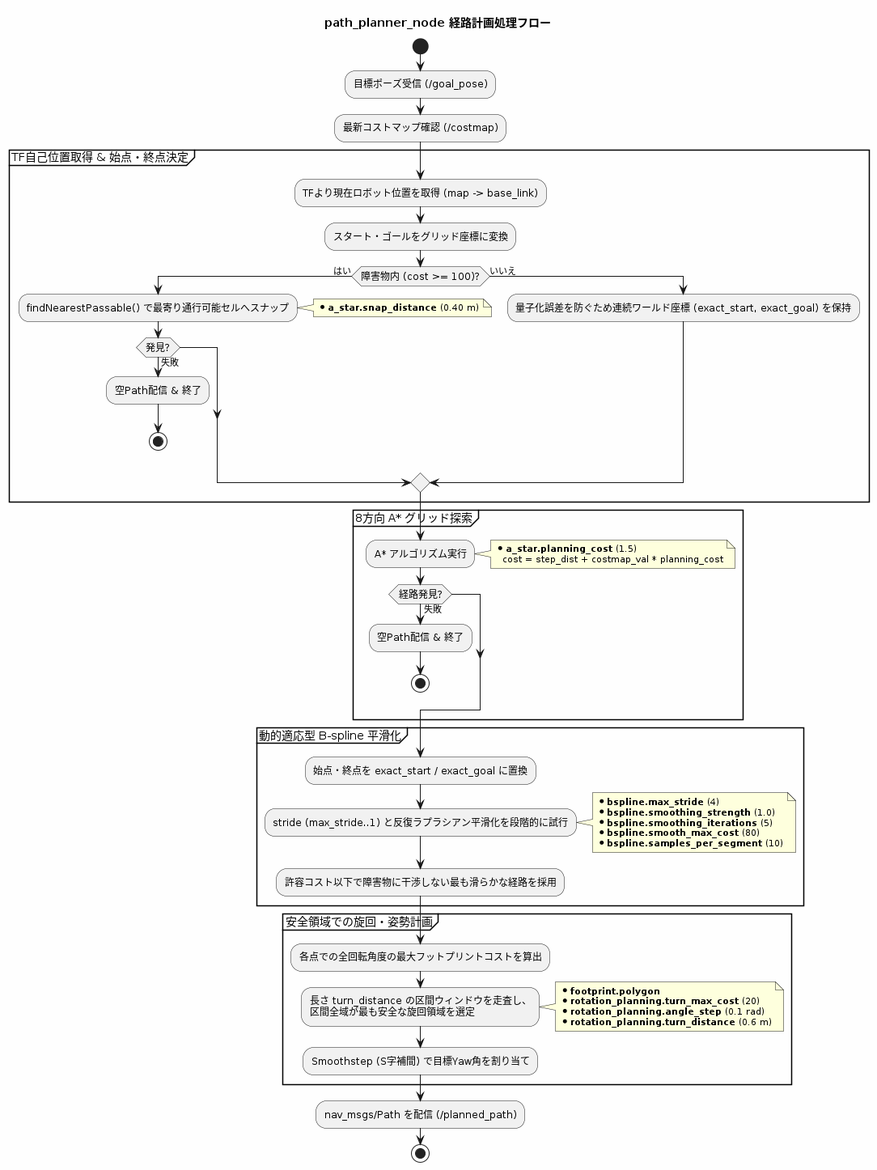
Before: docs/path_planner_flow.png, a diagram exported from PlantUML (tmcit-ararobo-2026a/gn10-navigation). Its diagram source:
```plantuml
@startuml path_planner_flow
skinparam backgroundColor #FEFEFE
skinparam activityFontSize 12
skinparam noteFontSize 11

title path_planner_node 経路計画処理フロー

start

:目標ポーズ受信 (/goal_pose);
:最新コストマップ確認 (/costmap);

partition "TF自己位置取得 & 始点・終点決定" {
    :TFより現在ロボット位置を取得 (map -> base_link);
    :スタート・ゴールをグリッド座標に変換;
    if (障害物内 (cost >= 100)?) then (はい)
        :findNearestPassable() で最寄り通行可能セルへスナップ;
        note right
          * <b>a_star.snap_distance</b> (0.40 m)
        end note
        if (発見?) then (失敗)
            :空Path配信 & 終了;
            stop
        endif
    else (いいえ)
        :量子化誤差を防ぐため連続ワールド座標 (exact_start, exact_goal) を保持;
    endif
}

partition "8方向 A* グリッド探索" {
    :A* アルゴリズム実行;
    note right
      * <b>a_star.planning_cost</b> (1.5)
        cost = step_dist + costmap_val * planning_cost
    end note
    if (経路発見?) then (失敗)
        :空Path配信 & 終了;
        stop
    endif
}

partition "動的適応型 B-spline 平滑化" {
    :始点・終点を exact_start / exact_goal に置換;
    :stride (max_stride..1) と反復ラプラシアン平滑化を段階的に試行;
    note right
      * <b>bspline.max_stride</b> (4)
      * <b>bspline.smoothing_strength</b> (1.0)
      * <b>bspline.smoothing_iterations</b> (5)
      * <b>bspline.smooth_max_cost</b> (80)
      * <b>bspline.samples_per_segment</b> (10)
    end note
    :許容コスト以下で障害物に干渉しない最も滑らかな経路を採用;
}

partition "安全領域での旋回・姿勢計画" {
    :各点での全回転角度の最大フットプリントコストを算出;
    :長さ turn_distance の区間ウィンドウを走査し、\n区間全域が最も安全な旋回領域を選定;
    note right
      * <b>footprint.polygon</b>
      * <b>rotation_planning.turn_max_cost</b> (20)
      * <b>rotation_planning.angle_step</b> (0.1 rad)
      * <b>rotation_planning.turn_distance</b> (0.6 m)
    end note
    :Smoothstep (S字補間) で目標Yaw角を割り当て;
}

:nav_msgs/Path を配信 (/planned_path);

stop

@enduml
```
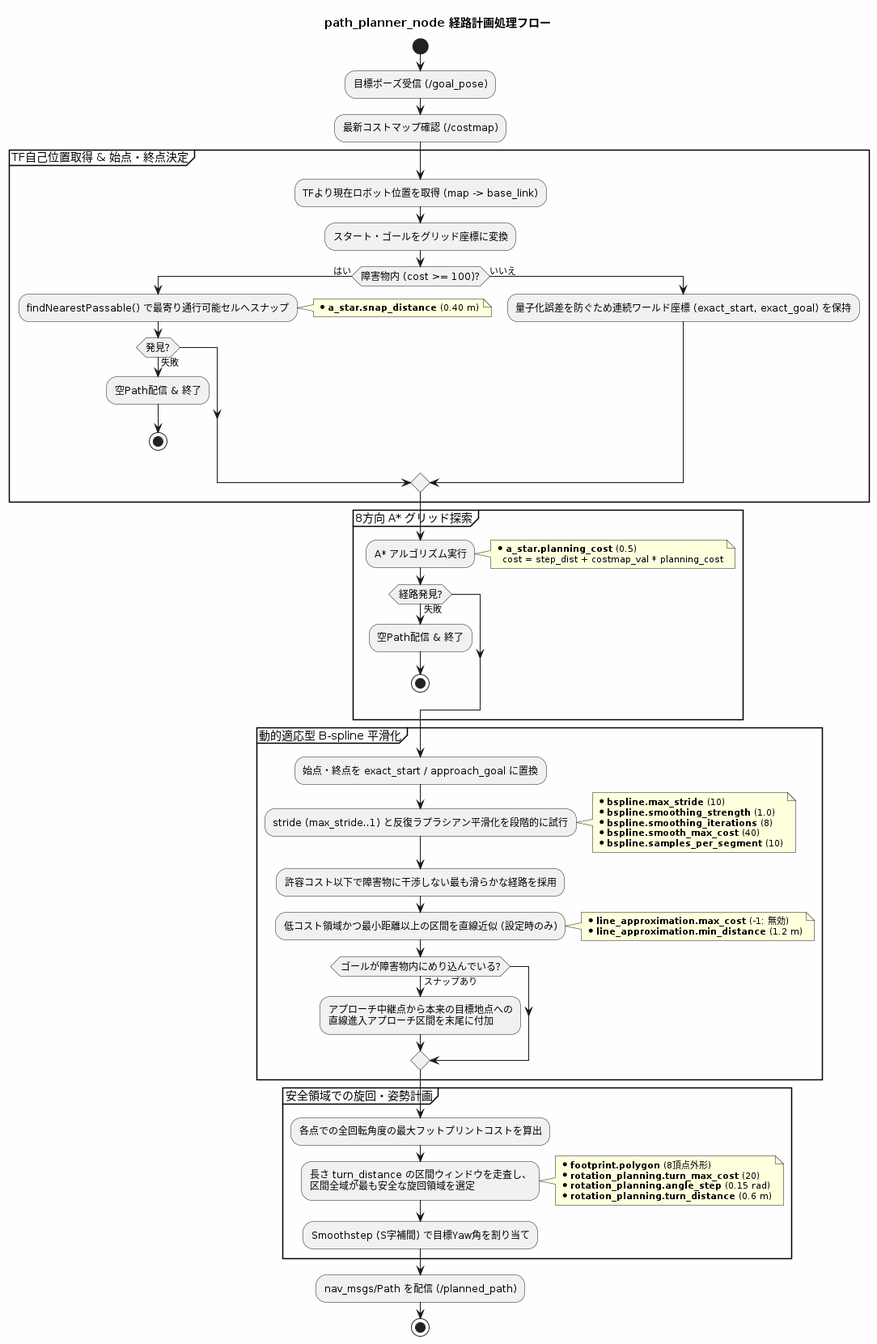
Later version of the same file.

Diff of the diagram source:
```diff
@@ -30,7 +30,7 @@
 partition "8方向 A* グリッド探索" {
     :A* アルゴリズム実行;
     note right
-      * <b>a_star.planning_cost</b> (1.5)
+      * <b>a_star.planning_cost</b> (0.5)
         cost = step_dist + costmap_val * planning_cost
     end note
     if (経路発見?) then (失敗)
@@ -40,25 +40,33 @@
 }
 
 partition "動的適応型 B-spline 平滑化" {
-    :始点・終点を exact_start / exact_goal に置換;
+    :始点・終点を exact_start / approach_goal に置換;
     :stride (max_stride..1) と反復ラプラシアン平滑化を段階的に試行;
     note right
-      * <b>bspline.max_stride</b> (4)
+      * <b>bspline.max_stride</b> (10)
       * <b>bspline.smoothing_strength</b> (1.0)
-      * <b>bspline.smoothing_iterations</b> (5)
-      * <b>bspline.smooth_max_cost</b> (80)
+      * <b>bspline.smoothing_iterations</b> (8)
+      * <b>bspline.smooth_max_cost</b> (40)
       * <b>bspline.samples_per_segment</b> (10)
     end note
     :許容コスト以下で障害物に干渉しない最も滑らかな経路を採用;
+    :低コスト領域かつ最小距離以上の区間を直線近似 (設定時のみ);
+    note right
+      * <b>line_approximation.max_cost</b> (-1: 無効)
+      * <b>line_approximation.min_distance</b> (1.2 m)
+    end note
+    if (ゴールが障害物内にめり込んでいる?) then (スナップあり)
+        :アプローチ中継点から本来の目標地点への\n直線進入アプローチ区間を末尾に付加;
+    endif
 }
 
 partition "安全領域での旋回・姿勢計画" {
     :各点での全回転角度の最大フットプリントコストを算出;
     :長さ turn_distance の区間ウィンドウを走査し、\n区間全域が最も安全な旋回領域を選定;
     note right
-      * <b>footprint.polygon</b>
+      * <b>footprint.polygon</b> (8頂点外形)
       * <b>rotation_planning.turn_max_cost</b> (20)
-      * <b>rotation_planning.angle_step</b> (0.1 rad)
+      * <b>rotation_planning.angle_step</b> (0.15 rad)
       * <b>rotation_planning.turn_distance</b> (0.6 m)
     end note
     :Smoothstep (S字補間) で目標Yaw角を割り当て;
```
